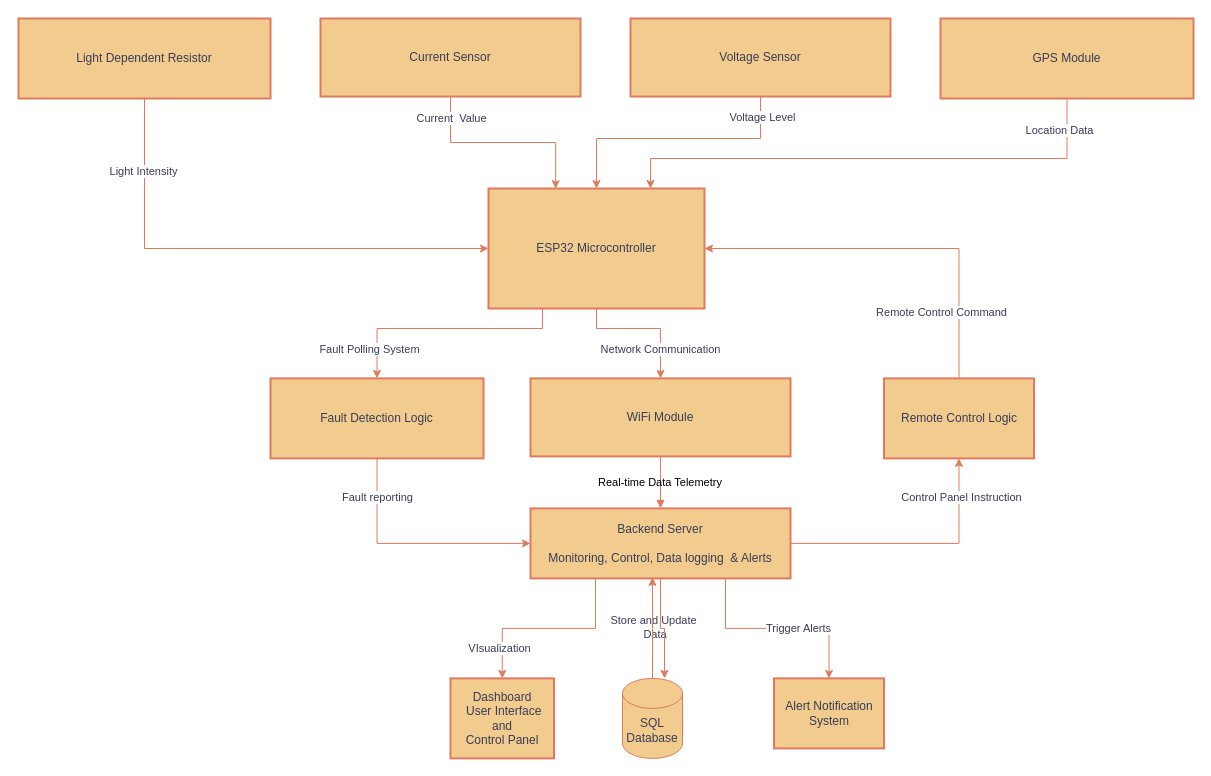
This is khaya-towerlighting-fault-detection-system.drawio from alenstein/flow_charts_for_my_works-, a draw.io file, before an edit. Source tidied: cells renumbered, new cells numbered last; positions are measured from the earlier drawing's top-left corner, leaving out a move shared by most shapes. Both pictures are drawn from the tidied source at 100%, with x=0, y=0 at pixel (18, 18).
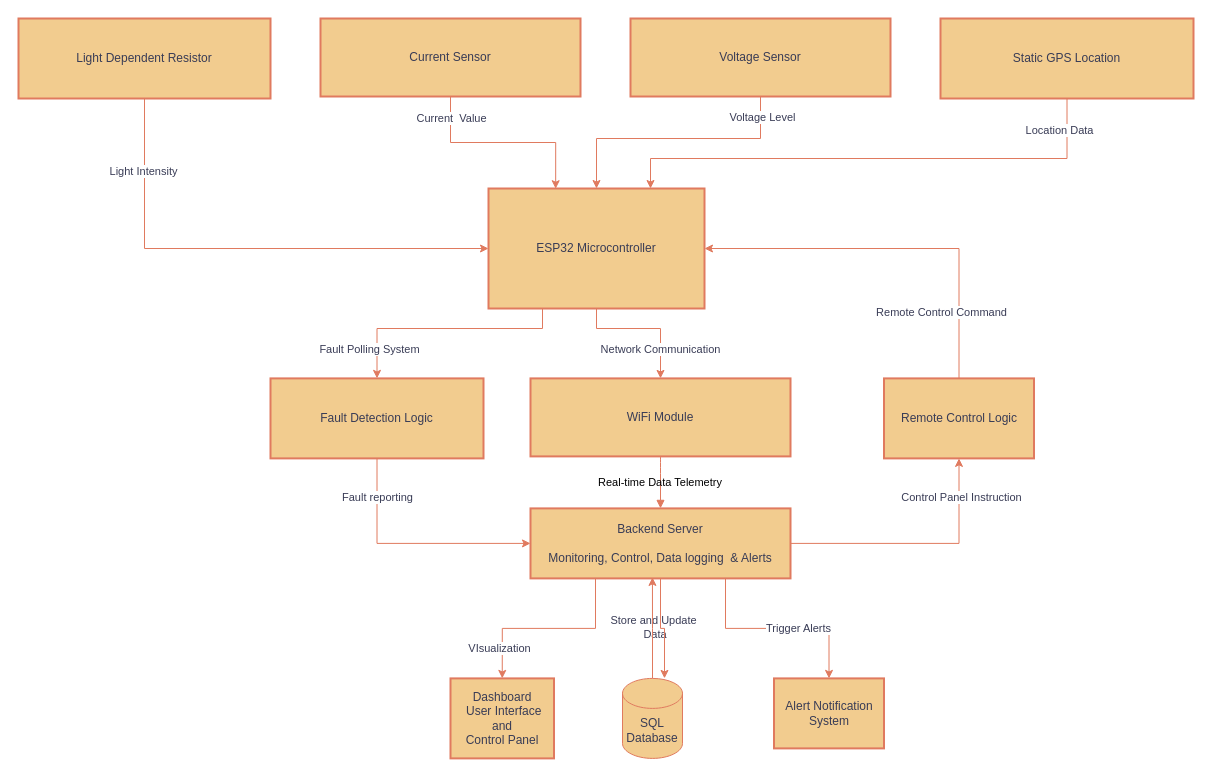
After the change.

Change to the diagram source:
```diff
@@
-    <mxCell id="16" value="GPS Module" style="whiteSpace=wrap;strokeWidth=2;labelBackgroundColor=none;fillColor=#F2CC8F;strokeColor=#E07A5F;fontColor=#393C56;" parent="1" vertex="1">
+    <mxCell id="16" value="Static GPS Location" style="whiteSpace=wrap;strokeWidth=2;labelBackgroundColor=none;fillColor=#F2CC8F;strokeColor=#E07A5F;fontColor=#393C56;" parent="1" vertex="1">
       <mxGeometry x="922" width="253" height="80" as="geometry" />
     </mxCell>
```
